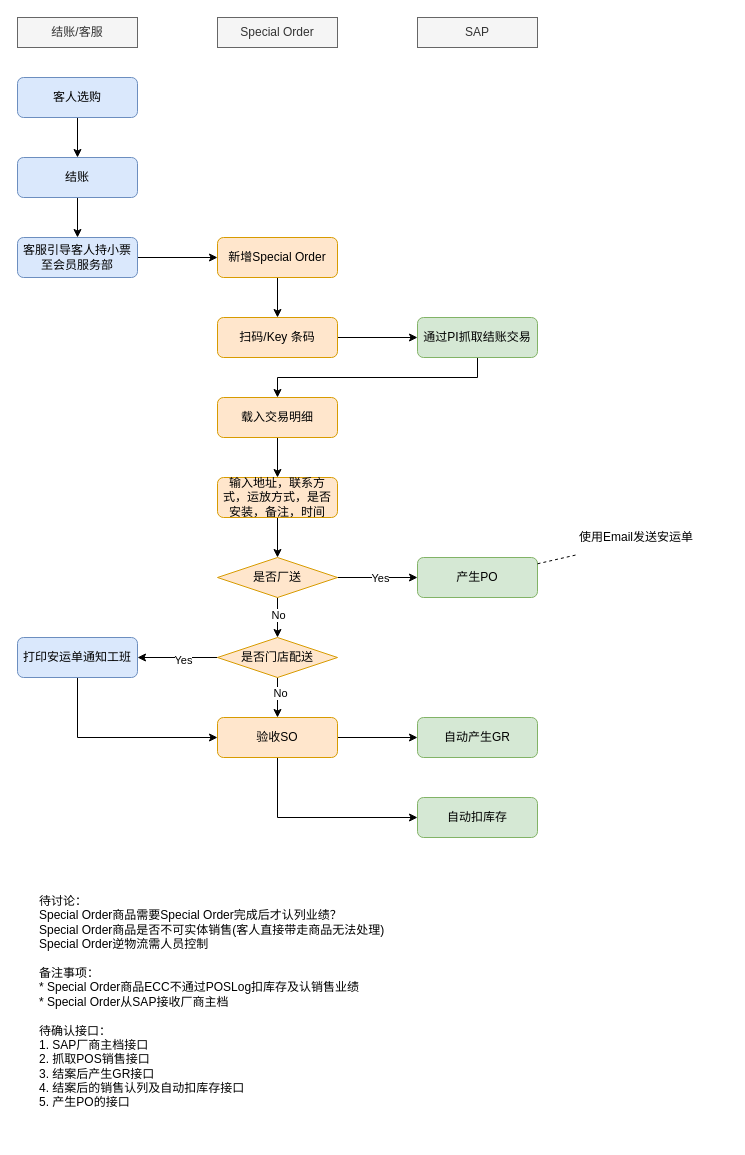
Above: Special Order.drawio in luss613/draw.io (draw.io), before the change. Source tidied: cells renumbered, new cells numbered last; positions are measured from the earlier drawing's top-left corner, leaving out a move shared by most shapes. Both pictures are drawn from the tidied source at 100%, with x=0, y=0 at pixel (17, 17).
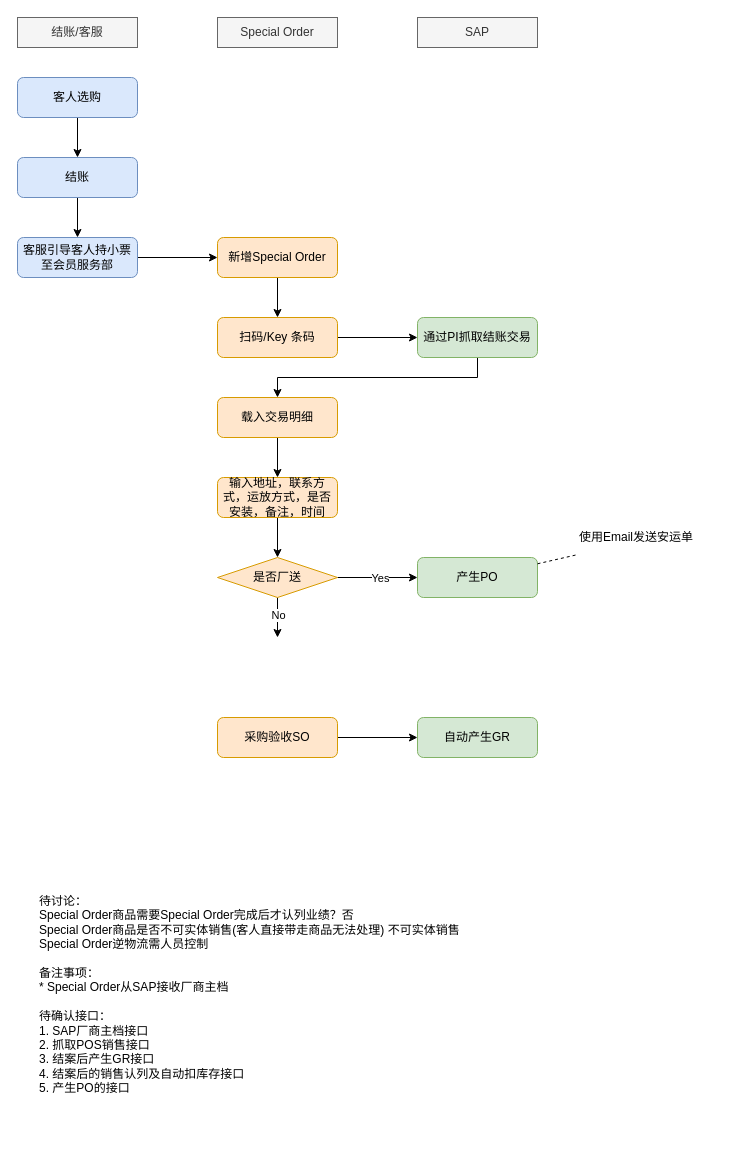
The same diagram, later.

The change refers to these unchanged cells:
```xml
<mxCell id="22" value="是否厂送" style="rhombus;whiteSpace=wrap;html=1;fillColor=#ffe6cc;strokeColor=#d79b00;" parent="1" vertex="1">
  <mxGeometry x="200" y="540" width="120" height="40" as="geometry" />
</mxCell>
```

What changed in the source:
```diff
@@
-    <mxCell id="20" style="edgeStyle=orthogonalEdgeStyle;rounded=0;jettySize=auto;html=1;" parent="1" edge="1" source="22" target="30">
-      <mxGeometry relative="1" as="geometry" />
+    <mxCell id="20" style="edgeStyle=orthogonalEdgeStyle;rounded=0;jettySize=auto;html=1;" parent="1" edge="1" source="22">
+      <mxGeometry relative="1" as="geometry">
+        <mxPoint x="260" y="620" as="targetPoint" />
+      </mxGeometry>
     </mxCell>
@@
-    <mxCell id="26" style="edgeStyle=orthogonalEdgeStyle;rounded=0;jettySize=auto;html=1;" parent="1" edge="1" source="30" target="32">
-      <mxGeometry relative="1" as="geometry" />
-    </mxCell>
-    <mxCell id="27" value="Yes" style="edgeLabel;html=1;align=center;verticalAlign=middle;" parent="26" vertex="1">
-      <mxGeometry x="-0.12" y="2" relative="1" as="geometry" />
-    </mxCell>
-    <mxCell id="28" style="edgeStyle=orthogonalEdgeStyle;rounded=0;jettySize=auto;html=1;" parent="1" edge="1" source="30" target="35">
-      <mxGeometry relative="1" as="geometry" />
-    </mxCell>
-    <mxCell id="29" value="No" style="edgeLabel;html=1;align=center;verticalAlign=middle;" parent="28" vertex="1">
-      <mxGeometry x="-0.25" y="2" relative="1" as="geometry" />
-    </mxCell>
-    <mxCell id="30" value="是否门店配送" style="rhombus;whiteSpace=wrap;html=1;fillColor=#ffe6cc;strokeColor=#d79b00;" parent="1" vertex="1">
-      <mxGeometry x="200" y="620" width="120" height="40" as="geometry" />
-    </mxCell>
-    <mxCell id="31" style="edgeStyle=orthogonalEdgeStyle;rounded=0;jettySize=auto;html=1;entryX=0;entryY=0.5;entryDx=0;entryDy=0;exitX=0.5;exitY=1;exitDx=0;exitDy=0;" parent="1" edge="1" source="32" target="35">
-      <mxGeometry relative="1" as="geometry" />
-    </mxCell>
-    <mxCell id="32" value="打印安运单通知工班" style="rounded=1;whiteSpace=wrap;html=1;fontSize=12;glass=0;strokeWidth=1;shadow=0;fillColor=#dae8fc;strokeColor=#6c8ebf;" parent="1" vertex="1">
-      <mxGeometry y="620" width="120" height="40" as="geometry" />
-    </mxCell>
@@
-    <mxCell id="34" style="edgeStyle=orthogonalEdgeStyle;rounded=0;jettySize=auto;html=1;entryX=0;entryY=0.5;entryDx=0;entryDy=0;exitX=0.5;exitY=1;exitDx=0;exitDy=0;" parent="1" edge="1" source="35" target="37">
-      <mxGeometry relative="1" as="geometry" />
-    </mxCell>
-    <mxCell id="35" value="验收SO" style="rounded=1;whiteSpace=wrap;html=1;fontSize=12;glass=0;strokeWidth=1;shadow=0;fillColor=#ffe6cc;strokeColor=#d79b00;" parent="1" vertex="1">
+    <mxCell id="35" value="采购验收SO" style="rounded=1;whiteSpace=wrap;html=1;fontSize=12;glass=0;strokeWidth=1;shadow=0;fillColor=#ffe6cc;strokeColor=#d79b00;" parent="1" vertex="1">
       <mxGeometry x="200" y="700" width="120" height="40" as="geometry" />
     </mxCell>
@@
-    <mxCell id="37" value="自动扣库存" style="rounded=1;whiteSpace=wrap;html=1;fontSize=12;glass=0;strokeWidth=1;shadow=0;fillColor=#d5e8d4;strokeColor=#82b366;" parent="1" vertex="1">
-      <mxGeometry x="400" y="780" width="120" height="40" as="geometry" />
-    </mxCell>
-    <mxCell id="38" value="待讨论：&lt;br&gt;Special Order商品需要Special Order完成后才认列业绩？&lt;br&gt;Special Order商品是否不可实体销售(客人直接带走商品无法处理)&lt;br&gt;Special Order逆物流需人员控制&lt;br&gt;&lt;br&gt;备注事项：&lt;br&gt;* Special Order商品ECC不通过POSLog扣库存及认销售业绩&lt;br&gt;* Special Order从SAP接收厂商主档&lt;br&gt;&lt;br&gt;待确认接口：&lt;br&gt;1. SAP厂商主档接口&lt;br&gt;2. 抓取POS销售接口&lt;br&gt;3. 结案后产生GR接口&lt;br&gt;4. 结案后的销售认列及自动扣库存接口&lt;br&gt;5. 产生PO的接口" style="text;html=1;strokeColor=none;fillColor=none;align=left;verticalAlign=top;whiteSpace=wrap;rounded=0;" parent="1" vertex="1">
+    <mxCell id="38" value="待讨论：&lt;br&gt;Special Order商品需要Special Order完成后才认列业绩？否&lt;br&gt;Special Order商品是否不可实体销售(客人直接带走商品无法处理) 不可实体销售&lt;br&gt;Special Order逆物流需人员控制&amp;nbsp;&lt;br&gt;&lt;br&gt;备注事项：&lt;br&gt;* Special Order从SAP接收厂商主档&lt;br&gt;&lt;br&gt;待确认接口：&lt;br&gt;1. SAP厂商主档接口&lt;br&gt;2. 抓取POS销售接口&lt;br&gt;3. 结案后产生GR接口&lt;br&gt;4. 结案后的销售认列及自动扣库存接口&lt;br&gt;5. 产生PO的接口" style="text;html=1;strokeColor=none;fillColor=none;align=left;verticalAlign=top;whiteSpace=wrap;rounded=0;" parent="1" vertex="1">
       <mxGeometry x="20" y="870" width="640" height="250" as="geometry" />
     </mxCell>
```
